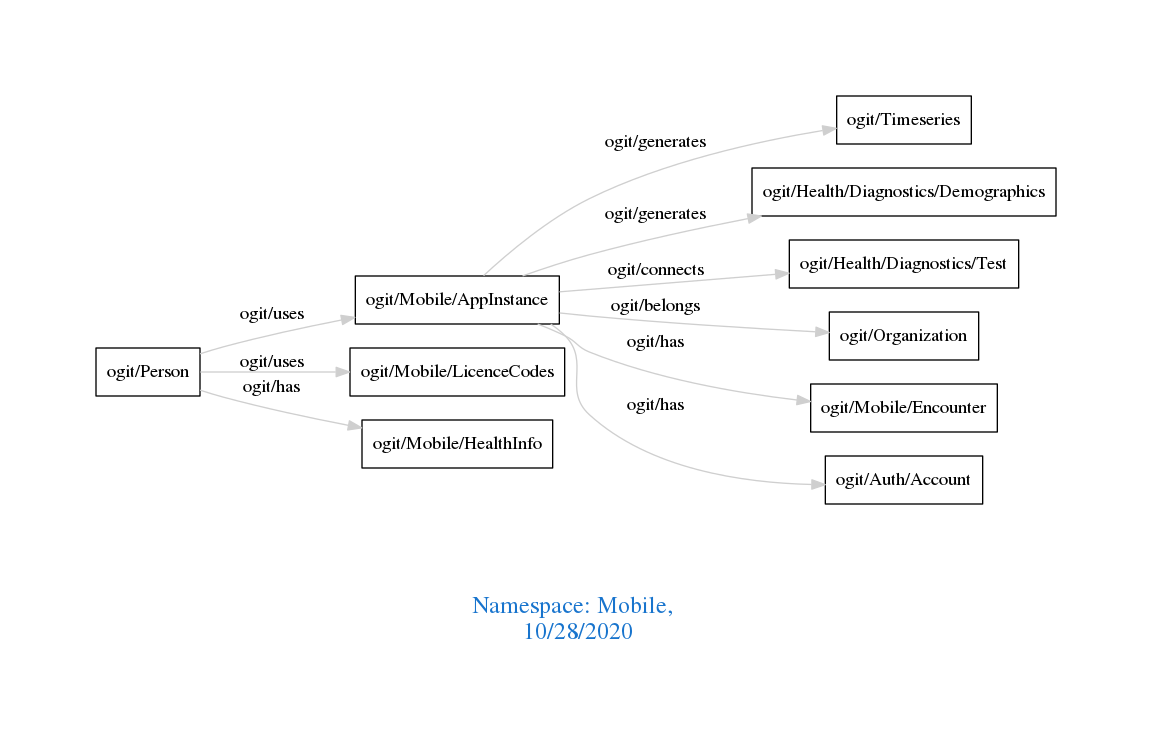
The Graphviz diagram downloads/Mobile.png in arago/OGIT, before a commit. Its source is kept beside it as downloads/Mobile.dot.
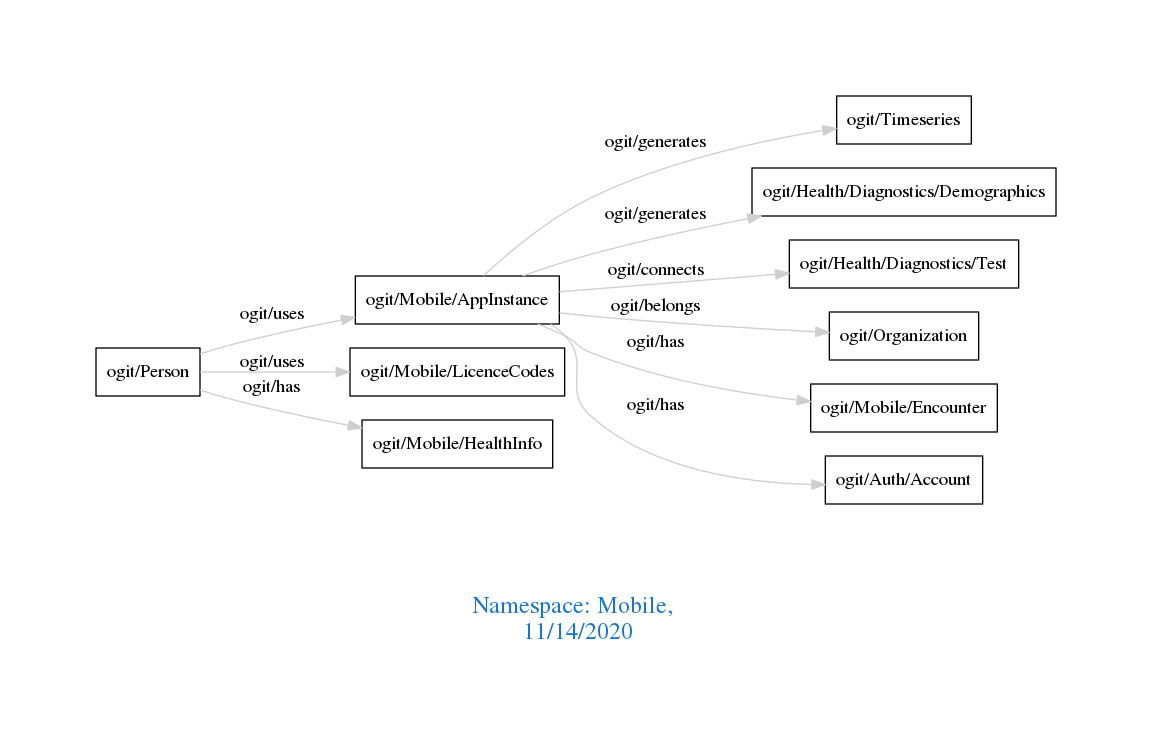
After the change.

Diff of the diagram source:
```diff
@@ -1,7 +1,7 @@
 digraph OGIT_ontology {
  graph [ rankdir= LR,pad=1
 fontsize = 18,
-fontcolor= dodgerblue3,label = "\n\n\nNamespace: Mobile, \n 10/28/2020"];
+fontcolor= dodgerblue3,label = "\n\n\nNamespace: Mobile, \n 11/14/2020"];
 node[shape=polygon];
 edge [  color="gray81"];
 
```
